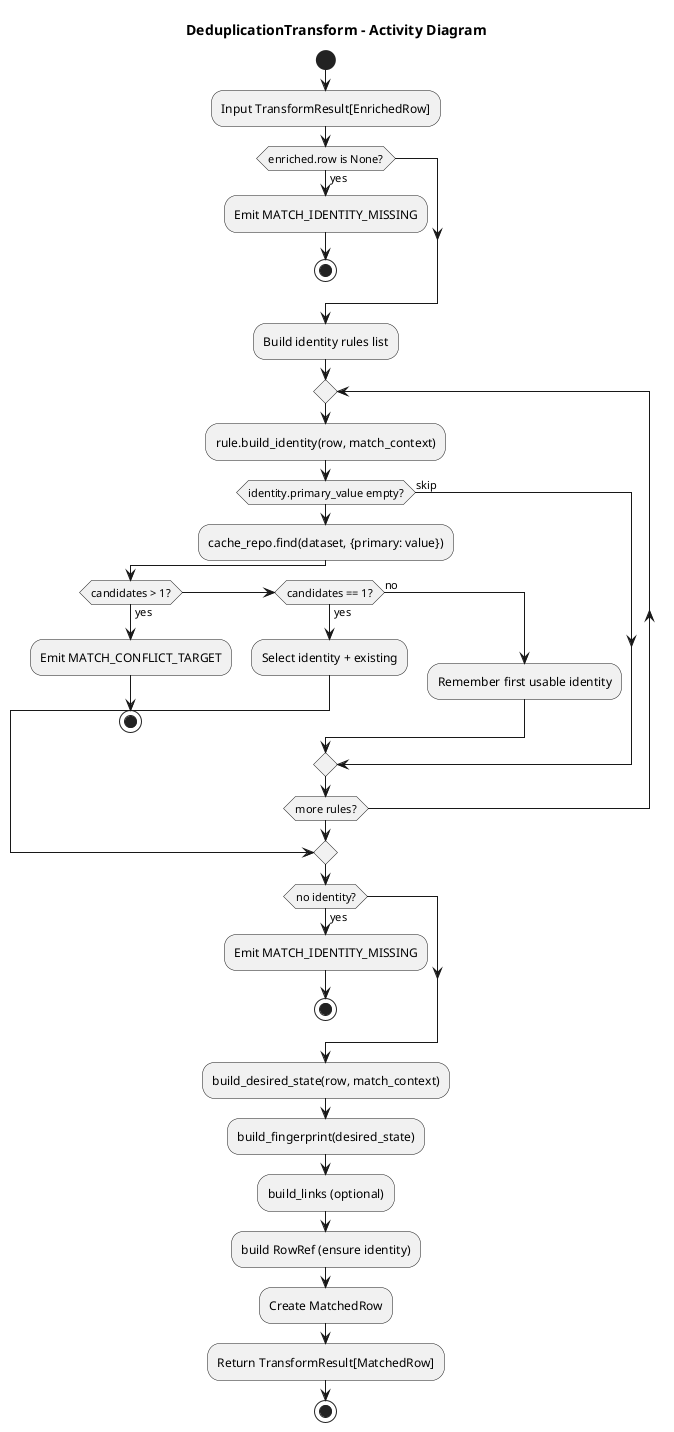
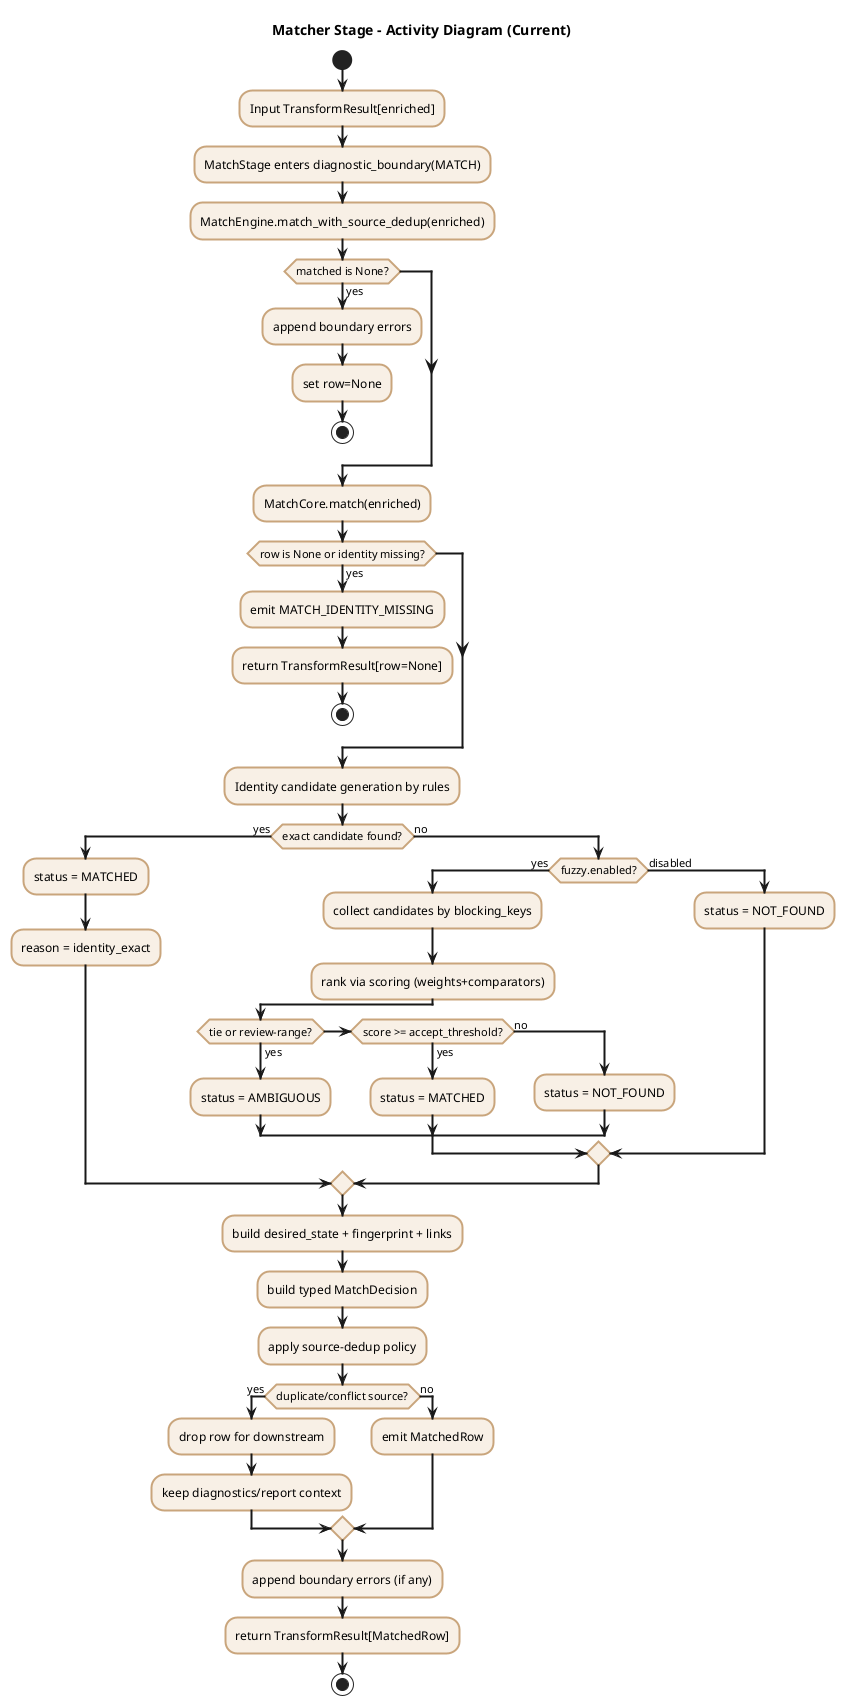
@startuml
- title DeduplicationTransform - Activity Diagram
+ title Matcher Stage - Activity Diagram (Current)
+ skinparam backgroundColor white
+ skinparam linetype ortho
+ skinparam defaultFontName Arial
+ skinparam activityBorderThickness 2
+ skinparam activity {
+   BackgroundColor #f8f0e6
+   BorderColor #c9a57c
+ }

start
- :Input TransformResult[EnrichedRow];
- if (enriched.row is None?) then (yes)
-   :Emit MATCH_IDENTITY_MISSING;
+ :Input TransformResult[enriched];
+ :MatchStage enters diagnostic_boundary(MATCH);
+ :MatchEngine.match_with_source_dedup(enriched);
+ 
+ if (matched is None?) then (yes)
+   :append boundary errors;
+   :set row=None;
  stop
endif

- :Build identity rules list;
- repeat
-   :rule.build_identity(row, match_context);
-   if (identity.primary_value empty?) then (skip)
-   else
-     :cache_repo.find(dataset, {primary: value});
-     if (candidates > 1?) then (yes)
-       :Emit MATCH_CONFLICT_TARGET;
-       stop
-     elseif (candidates == 1?) then (yes)
-       :Select identity + existing;
-       break
-     else (no)
-       :Remember first usable identity;
-     endif
-   endif
- repeat while (more rules?)
- 
- if (no identity?) then (yes)
-   :Emit MATCH_IDENTITY_MISSING;
+ :MatchCore.match(enriched);
+ if (row is None or identity missing?) then (yes)
+   :emit MATCH_IDENTITY_MISSING;
+   :return TransformResult[row=None];
  stop
endif

- :build_desired_state(row, match_context);
- :build_fingerprint(desired_state);
- :build_links (optional);
- :build RowRef (ensure identity);
- :Create MatchedRow;
- :Return TransformResult[MatchedRow];
+ :Identity candidate generation by rules;
+ if (exact candidate found?) then (yes)
+   :status = MATCHED;
+   :reason = identity_exact;
+ else (no)
+   if (fuzzy.enabled?) then (yes)
+     :collect candidates by blocking_keys;
+     :rank via scoring (weights+comparators);
+     if (tie or review-range?) then (yes)
+       :status = AMBIGUOUS;
+     elseif (score >= accept_threshold?) then (yes)
+       :status = MATCHED;
+     else (no)
+       :status = NOT_FOUND;
+     endif
+   else (disabled)
+     :status = NOT_FOUND;
+   endif
+ endif
+ 
+ :build desired_state + fingerprint + links;
+ :build typed MatchDecision;
+ :apply source-dedup policy;
+ if (duplicate/conflict source?) then (yes)
+   :drop row for downstream;
+   :keep diagnostics/report context;
+ else (no)
+   :emit MatchedRow;
+ endif
+ 
+ :append boundary errors (if any);
+ :return TransformResult[MatchedRow];
stop

@enduml
